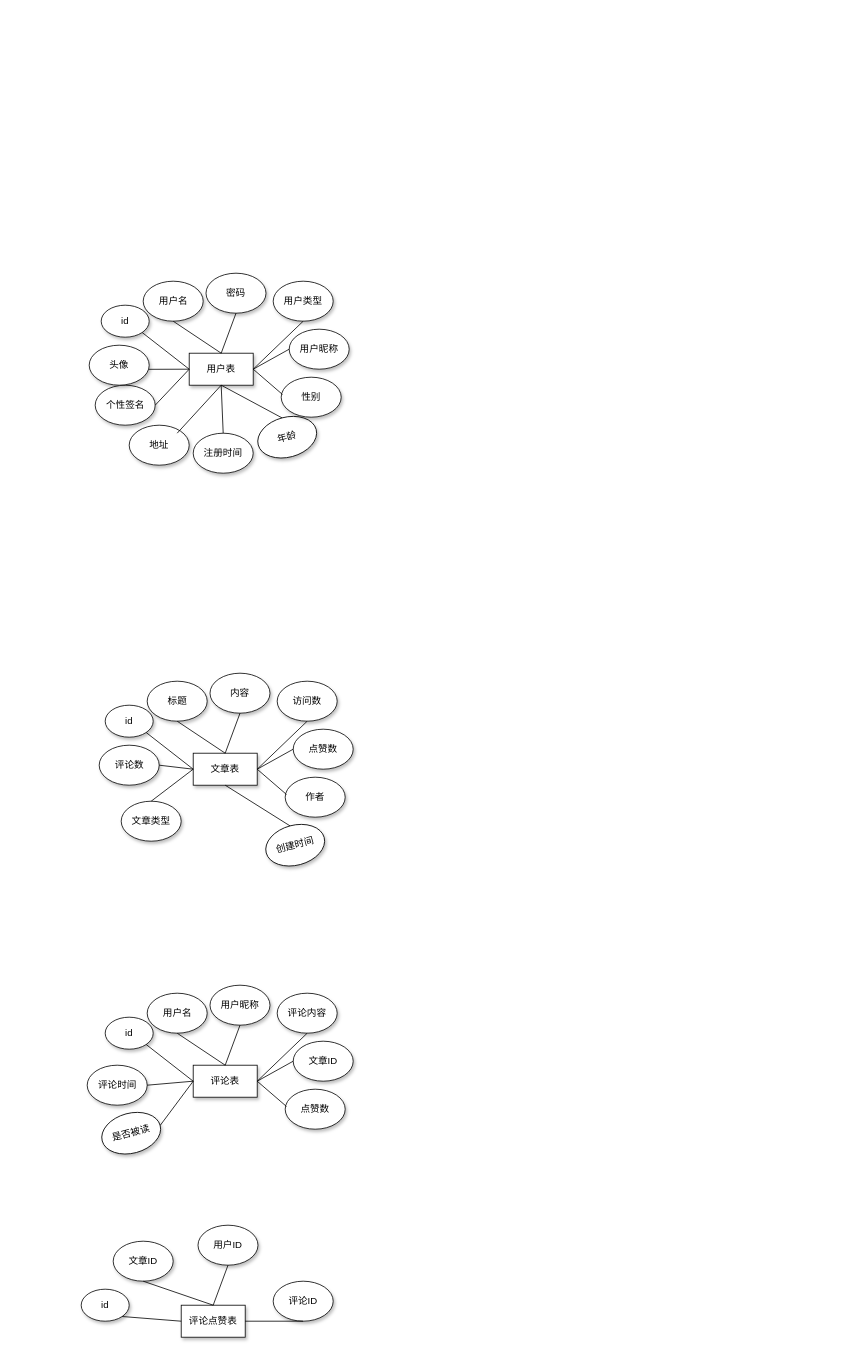
Earlier version of the draw.io diagram Untitled Diagram.drawio (luodr/fly). Source tidied: cells renumbered, new cells numbered last; positions are measured from the earlier drawing's top-left corner, leaving out a move shared by most shapes. Both pictures are drawn from the tidied source at 80%, with x=0, y=0 at pixel (81, 273).
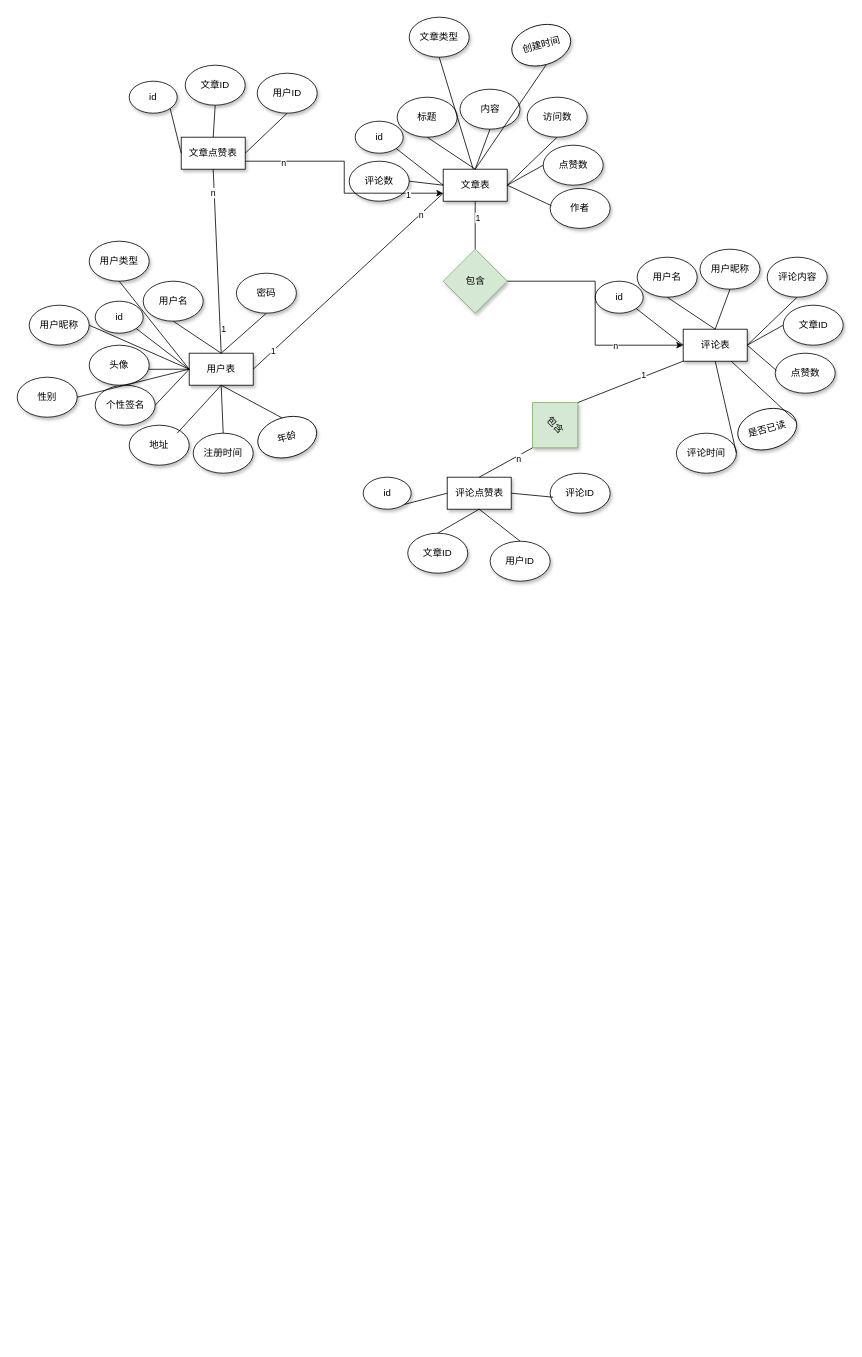
The same diagram, later.

The change refers to these unchanged cells:
```xml
<mxCell id="4" value="用户表" style="rounded=0;whiteSpace=wrap;html=1;shadow=1;" parent="1" vertex="1">
  <mxGeometry x="135" y="100" width="80" height="40" as="geometry" />
</mxCell>
```

The edit, as a diff of the source:
```diff
@@
     <mxCell id="5" value="id" style="ellipse;whiteSpace=wrap;html=1;shadow=1;" parent="1" vertex="1">
-      <mxGeometry x="25" y="40" width="60" height="40" as="geometry" />
+      <mxGeometry x="17.5" y="35" width="60" height="40" as="geometry" />
     </mxCell>
@@
     <mxCell id="7" value="密码" style="ellipse;whiteSpace=wrap;html=1;shadow=1;" parent="1" vertex="1">
-      <mxGeometry x="156" width="75" height="50" as="geometry" />
+      <mxGeometry x="194" width="75" height="50" as="geometry" />
     </mxCell>
     <mxCell id="8" value="用户类型" style="ellipse;whiteSpace=wrap;html=1;shadow=1;" parent="1" vertex="1">
-      <mxGeometry x="240" y="10" width="75" height="50" as="geometry" />
+      <mxGeometry x="10" y="-40" width="75" height="50" as="geometry" />
     </mxCell>
     <mxCell id="9" value="用户昵称" style="ellipse;whiteSpace=wrap;html=1;shadow=1;" parent="1" vertex="1">
-      <mxGeometry x="260" y="70" width="75" height="50" as="geometry" />
+      <mxGeometry x="-65" y="40" width="75" height="50" as="geometry" />
     </mxCell>
     <mxCell id="10" value="性别" style="ellipse;whiteSpace=wrap;html=1;shadow=1;" parent="1" vertex="1">
-      <mxGeometry x="250" y="130" width="75" height="50" as="geometry" />
+      <mxGeometry x="-80" y="130" width="75" height="50" as="geometry" />
     </mxCell>
@@
-    <mxCell id="19" style="endArrow=none;html=1;entryX=1;entryY=0.5;entryDx=0;entryDy=0;exitX=0.021;exitY=0.431;exitDx=0;exitDy=0;exitPerimeter=0;" parent="1" edge="1" source="10" target="4">
+    <mxCell id="19" style="endArrow=none;html=1;entryX=0;entryY=0.5;entryDx=0;entryDy=0;exitX=1;exitY=0.5;exitDx=0;exitDy=0;" parent="1" edge="1" source="10" target="4">
       <mxGeometry relative="1" as="geometry" />
     </mxCell>
-    <mxCell id="20" style="endArrow=none;html=1;entryX=0;entryY=0.5;entryDx=0;entryDy=0;exitX=1;exitY=0.5;exitDx=0;exitDy=0;" parent="1" edge="1" source="4" target="9">
+    <mxCell id="20" style="endArrow=none;html=1;entryX=1;entryY=0.5;entryDx=0;entryDy=0;exitX=0;exitY=0.5;exitDx=0;exitDy=0;" parent="1" edge="1" source="4" target="9">
       <mxGeometry relative="1" as="geometry" />
     </mxCell>
-    <mxCell id="21" style="endArrow=none;html=1;entryX=0.5;entryY=1;entryDx=0;entryDy=0;exitX=1;exitY=0.5;exitDx=0;exitDy=0;" parent="1" edge="1" source="4" target="8">
+    <mxCell id="21" style="endArrow=none;html=1;entryX=0.5;entryY=1;entryDx=0;entryDy=0;exitX=0;exitY=0.5;exitDx=0;exitDy=0;" parent="1" edge="1" source="4" target="8">
       <mxGeometry relative="1" as="geometry" />
     </mxCell>
@@
     <mxCell id="25" value="创建时间" style="ellipse;whiteSpace=wrap;html=1;shadow=1;rotation=-15;" parent="1" vertex="1">
-      <mxGeometry x="230" y="690" width="75" height="50" as="geometry" />
+      <mxGeometry x="537.5" y="-310" width="75" height="50" as="geometry" />
     </mxCell>
     <mxCell id="26" value="文章类型" style="ellipse;whiteSpace=wrap;html=1;shadow=1;" parent="1" vertex="1">
-      <mxGeometry x="50" y="660" width="75" height="50" as="geometry" />
+      <mxGeometry x="410" y="-320" width="75" height="50" as="geometry" />
     </mxCell>
     <mxCell id="27" value="文章表" style="rounded=0;whiteSpace=wrap;html=1;shadow=1;" parent="1" vertex="1">
-      <mxGeometry x="140" y="600" width="80" height="40" as="geometry" />
+      <mxGeometry x="452.5" y="-130" width="80" height="40" as="geometry" />
     </mxCell>
     <mxCell id="28" value="id" style="ellipse;whiteSpace=wrap;html=1;shadow=1;" parent="1" vertex="1">
-      <mxGeometry x="30" y="540" width="60" height="40" as="geometry" />
+      <mxGeometry x="342.5" y="-190" width="60" height="40" as="geometry" />
     </mxCell>
     <mxCell id="29" value="标题" style="ellipse;whiteSpace=wrap;html=1;shadow=1;" parent="1" vertex="1">
-      <mxGeometry x="82.5" y="510" width="75" height="50" as="geometry" />
+      <mxGeometry x="395" y="-220" width="75" height="50" as="geometry" />
     </mxCell>
     <mxCell id="30" value="内容" style="ellipse;whiteSpace=wrap;html=1;shadow=1;" parent="1" vertex="1">
-      <mxGeometry x="161" y="500" width="75" height="50" as="geometry" />
+      <mxGeometry x="473.5" y="-230" width="75" height="50" as="geometry" />
     </mxCell>
     <mxCell id="31" value="访问数" style="ellipse;whiteSpace=wrap;html=1;shadow=1;" parent="1" vertex="1">
-      <mxGeometry x="245" y="510" width="75" height="50" as="geometry" />
+      <mxGeometry x="557.5" y="-220" width="75" height="50" as="geometry" />
     </mxCell>
     <mxCell id="32" value="点赞数" style="ellipse;whiteSpace=wrap;html=1;shadow=1;" parent="1" vertex="1">
-      <mxGeometry x="265" y="570" width="75" height="50" as="geometry" />
+      <mxGeometry x="577.5" y="-160" width="75" height="50" as="geometry" />
     </mxCell>
     <mxCell id="33" value="作者" style="ellipse;whiteSpace=wrap;html=1;shadow=1;" parent="1" vertex="1">
-      <mxGeometry x="255" y="630" width="75" height="50" as="geometry" />
+      <mxGeometry x="586.2" y="-106" width="75" height="50" as="geometry" />
     </mxCell>
     <mxCell id="34" value="评论数" style="ellipse;whiteSpace=wrap;html=1;shadow=1;" parent="1" vertex="1">
-      <mxGeometry x="22.5" y="590" width="75" height="50" as="geometry" />
+      <mxGeometry x="335" y="-140" width="75" height="50" as="geometry" />
     </mxCell>
@@
-    <mxCell id="36" style="endArrow=none;html=1;exitX=0.5;exitY=0;exitDx=0;exitDy=0;" parent="1" edge="1" source="26">
-      <mxGeometry relative="1" as="geometry">
-        <mxPoint x="140" y="620" as="targetPoint" />
-      </mxGeometry>
-    </mxCell>
-    <mxCell id="37" style="endArrow=none;html=1;exitX=0.5;exitY=0;exitDx=0;exitDy=0;" parent="1" edge="1" source="25">
-      <mxGeometry relative="1" as="geometry">
-        <mxPoint x="180" y="640" as="targetPoint" />
-      </mxGeometry>
-    </mxCell>
@@
-    <mxCell id="44" value="是否被读" style="ellipse;whiteSpace=wrap;html=1;shadow=1;rotation=-15;" parent="1" vertex="1">
-      <mxGeometry x="25" y="1050" width="75" height="50" as="geometry" />
+    <mxCell id="44" value="是否已读" style="ellipse;whiteSpace=wrap;html=1;shadow=1;rotation=-15;" parent="1" vertex="1">
+      <mxGeometry x="820" y="170" width="75" height="50" as="geometry" />
     </mxCell>
     <mxCell id="45" value="评论时间" style="ellipse;whiteSpace=wrap;html=1;shadow=1;" parent="1" vertex="1">
-      <mxGeometry x="7.5" y="990" width="75" height="50" as="geometry" />
+      <mxGeometry x="744" y="200" width="75" height="50" as="geometry" />
     </mxCell>
     <mxCell id="46" value="评论表" style="rounded=0;whiteSpace=wrap;html=1;shadow=1;" parent="1" vertex="1">
-      <mxGeometry x="140" y="990" width="80" height="40" as="geometry" />
+      <mxGeometry x="752.5" y="70" width="80" height="40" as="geometry" />
     </mxCell>
     <mxCell id="47" value="id" style="ellipse;whiteSpace=wrap;html=1;shadow=1;" parent="1" vertex="1">
-      <mxGeometry x="30" y="930" width="60" height="40" as="geometry" />
+      <mxGeometry x="642.5" y="10" width="60" height="40" as="geometry" />
     </mxCell>
     <mxCell id="48" value="用户名" style="ellipse;whiteSpace=wrap;html=1;shadow=1;" parent="1" vertex="1">
-      <mxGeometry x="82.5" y="900" width="75" height="50" as="geometry" />
+      <mxGeometry x="695" y="-20" width="75" height="50" as="geometry" />
     </mxCell>
     <mxCell id="49" value="用户昵称" style="ellipse;whiteSpace=wrap;html=1;shadow=1;" parent="1" vertex="1">
-      <mxGeometry x="161" y="890" width="75" height="50" as="geometry" />
+      <mxGeometry x="773.5" y="-30" width="75" height="50" as="geometry" />
     </mxCell>
     <mxCell id="50" value="评论内容" style="ellipse;whiteSpace=wrap;html=1;shadow=1;" parent="1" vertex="1">
-      <mxGeometry x="245" y="900" width="75" height="50" as="geometry" />
+      <mxGeometry x="857.5" y="-20" width="75" height="50" as="geometry" />
     </mxCell>
     <mxCell id="51" value="文章ID" style="ellipse;whiteSpace=wrap;html=1;shadow=1;" parent="1" vertex="1">
-      <mxGeometry x="265" y="960" width="75" height="50" as="geometry" />
+      <mxGeometry x="877.5" y="40" width="75" height="50" as="geometry" />
     </mxCell>
     <mxCell id="52" value="点赞数" style="ellipse;whiteSpace=wrap;html=1;shadow=1;" parent="1" vertex="1">
-      <mxGeometry x="255" y="1020" width="75" height="50" as="geometry" />
+      <mxGeometry x="867.5" y="100" width="75" height="50" as="geometry" />
     </mxCell>
-    <mxCell id="53" style="endArrow=none;html=1;exitX=1;exitY=0.5;exitDx=0;exitDy=0;entryX=0;entryY=0.5;entryDx=0;entryDy=0;" parent="1" edge="1" source="45" target="46">
+    <mxCell id="53" style="endArrow=none;html=1;exitX=1;exitY=0.5;exitDx=0;exitDy=0;entryX=0.5;entryY=1;entryDx=0;entryDy=0;" parent="1" edge="1" source="45" target="46">
       <mxGeometry relative="1" as="geometry" />
     </mxCell>
-    <mxCell id="54" style="endArrow=none;html=1;exitX=1;exitY=0.5;exitDx=0;exitDy=0;entryX=0;entryY=0.5;entryDx=0;entryDy=0;" parent="1" edge="1" source="44" target="46">
+    <mxCell id="54" style="endArrow=none;html=1;exitX=1;exitY=0.5;exitDx=0;exitDy=0;entryX=0.75;entryY=1;entryDx=0;entryDy=0;" parent="1" edge="1" source="44" target="46">
       <mxGeometry relative="1" as="geometry" />
     </mxCell>
@@
     <mxCell id="61" value="评论点赞表" style="rounded=0;whiteSpace=wrap;html=1;shadow=1;" parent="1" vertex="1">
-      <mxGeometry x="125" y="1290" width="80" height="40" as="geometry" />
+      <mxGeometry x="457.5" y="255" width="80" height="40" as="geometry" />
     </mxCell>
     <mxCell id="62" value="id" style="ellipse;whiteSpace=wrap;html=1;shadow=1;" parent="1" vertex="1">
-      <mxGeometry y="1270" width="60" height="40" as="geometry" />
+      <mxGeometry x="352.5" y="255" width="60" height="40" as="geometry" />
     </mxCell>
     <mxCell id="63" value="文章ID" style="ellipse;whiteSpace=wrap;html=1;shadow=1;" parent="1" vertex="1">
-      <mxGeometry x="40" y="1210" width="75" height="50" as="geometry" />
+      <mxGeometry x="408.2" y="325" width="75" height="50" as="geometry" />
     </mxCell>
     <mxCell id="64" value="用户ID" style="ellipse;whiteSpace=wrap;html=1;shadow=1;" parent="1" vertex="1">
-      <mxGeometry x="146" y="1190" width="75" height="50" as="geometry" />
+      <mxGeometry x="511.2" y="335" width="75" height="50" as="geometry" />
     </mxCell>
     <mxCell id="65" value="评论ID" style="ellipse;whiteSpace=wrap;html=1;shadow=1;" parent="1" vertex="1">
-      <mxGeometry x="240" y="1260" width="75" height="50" as="geometry" />
+      <mxGeometry x="586.2" y="250" width="75" height="50" as="geometry" />
     </mxCell>
-    <mxCell id="66" style="endArrow=none;html=1;entryX=0.5;entryY=1;entryDx=0;entryDy=0;exitX=1;exitY=0.5;exitDx=0;exitDy=0;" parent="1" edge="1" source="61" target="65">
+    <mxCell id="66" style="endArrow=none;html=1;entryX=0.05;entryY=0.6;entryDx=0;entryDy=0;exitX=1;exitY=0.5;exitDx=0;exitDy=0;entryPerimeter=0;" parent="1" edge="1" source="61" target="65">
       <mxGeometry relative="1" as="geometry" />
     </mxCell>
-    <mxCell id="67" style="endArrow=none;html=1;exitX=0.5;exitY=0;exitDx=0;exitDy=0;entryX=0.5;entryY=1;entryDx=0;entryDy=0;" parent="1" edge="1" source="61" target="63">
+    <mxCell id="67" style="endArrow=none;html=1;exitX=0.5;exitY=1;exitDx=0;exitDy=0;entryX=0.5;entryY=0;entryDx=0;entryDy=0;" parent="1" edge="1" source="61" target="63">
       <mxGeometry relative="1" as="geometry" />
     </mxCell>
-    <mxCell id="68" style="endArrow=none;html=1;entryX=0.5;entryY=1;entryDx=0;entryDy=0;exitX=0.5;exitY=0;exitDx=0;exitDy=0;" parent="1" edge="1" source="61" target="64">
+    <mxCell id="68" style="endArrow=none;html=1;entryX=0.5;entryY=0;entryDx=0;entryDy=0;exitX=0.5;exitY=1;exitDx=0;exitDy=0;" parent="1" edge="1" source="61" target="64">
       <mxGeometry relative="1" as="geometry" />
     </mxCell>
@@
+    <mxCell id="70" style="edgeStyle=orthogonalEdgeStyle;rounded=0;jettySize=auto;html=1;exitX=1;exitY=0.75;exitDx=0;exitDy=0;entryX=0;entryY=0.75;entryDx=0;entryDy=0;" parent="1" edge="1" source="73" target="27">
+      <mxGeometry relative="1" as="geometry" />
+    </mxCell>
+    <mxCell id="71" value="n" style="edgeLabel;html=1;align=center;verticalAlign=middle;" parent="70" vertex="1">
+      <mxGeometry x="-0.67" y="-1" relative="1" as="geometry" />
+    </mxCell>
+    <mxCell id="72" value="1" style="edgeLabel;html=1;align=center;verticalAlign=middle;" parent="70" vertex="1">
+      <mxGeometry x="0.69" y="-2" relative="1" as="geometry" />
+    </mxCell>
+    <mxCell id="73" value="文章点赞表" style="rounded=0;whiteSpace=wrap;html=1;shadow=1;" parent="1" vertex="1">
+      <mxGeometry x="125" y="-170" width="80" height="40" as="geometry" />
+    </mxCell>
+    <mxCell id="74" value="id" style="ellipse;whiteSpace=wrap;html=1;shadow=1;" parent="1" vertex="1">
+      <mxGeometry x="60" y="-240" width="60" height="40" as="geometry" />
+    </mxCell>
+    <mxCell id="75" value="文章ID" style="ellipse;whiteSpace=wrap;html=1;shadow=1;" parent="1" vertex="1">
+      <mxGeometry x="130" y="-260" width="75" height="50" as="geometry" />
+    </mxCell>
+    <mxCell id="76" value="用户ID" style="ellipse;whiteSpace=wrap;html=1;shadow=1;" parent="1" vertex="1">
+      <mxGeometry x="220" y="-250" width="75" height="50" as="geometry" />
+    </mxCell>
+    <mxCell id="77" style="endArrow=none;html=1;exitX=0.5;exitY=0;exitDx=0;exitDy=0;entryX=0.5;entryY=1;entryDx=0;entryDy=0;" parent="1" edge="1" source="73" target="75">
+      <mxGeometry relative="1" as="geometry" />
+    </mxCell>
+    <mxCell id="78" style="endArrow=none;html=1;entryX=0.5;entryY=1;entryDx=0;entryDy=0;exitX=1;exitY=0.5;exitDx=0;exitDy=0;" parent="1" edge="1" source="73" target="76">
+      <mxGeometry relative="1" as="geometry" />
+    </mxCell>
+    <mxCell id="79" style="endArrow=none;html=1;entryX=1;entryY=1;entryDx=0;entryDy=0;exitX=0;exitY=0.5;exitDx=0;exitDy=0;" parent="1" edge="1" source="73" target="74">
+      <mxGeometry relative="1" as="geometry" />
+    </mxCell>
+    <mxCell id="80" style="endArrow=none;html=1;exitX=1;exitY=0.5;exitDx=0;exitDy=0;entryX=0;entryY=0.75;entryDx=0;entryDy=0;" parent="1" edge="1" source="4" target="27">
+      <mxGeometry relative="1" as="geometry" />
+    </mxCell>
+    <mxCell id="81" value="n" style="edgeLabel;html=1;align=center;verticalAlign=middle;" parent="80" vertex="1">
+      <mxGeometry x="0.76" relative="1" as="geometry" />
+    </mxCell>
+    <mxCell id="82" value="1" style="edgeLabel;html=1;align=center;verticalAlign=middle;" parent="80" vertex="1">
+      <mxGeometry x="-0.79" relative="1" as="geometry" />
+    </mxCell>
+    <mxCell id="83" style="endArrow=none;html=1;entryX=0.5;entryY=1;entryDx=0;entryDy=0;exitX=0.5;exitY=0;exitDx=0;exitDy=0;" parent="1" edge="1" source="4" target="73">
+      <mxGeometry relative="1" as="geometry" />
+    </mxCell>
+    <mxCell id="84" value="n" style="edgeLabel;html=1;align=center;verticalAlign=middle;" parent="83" vertex="1">
+      <mxGeometry x="0.74" y="2" relative="1" as="geometry">
+        <mxPoint y="-1" as="offset" />
+      </mxGeometry>
+    </mxCell>
+    <mxCell id="85" value="1" style="edgeLabel;html=1;align=center;verticalAlign=middle;" parent="83" vertex="1">
+      <mxGeometry x="-0.74" y="-4" relative="1" as="geometry" />
+    </mxCell>
+    <mxCell id="86" style="edgeStyle=orthogonalEdgeStyle;rounded=0;jettySize=auto;html=1;exitX=0.5;exitY=0;exitDx=0;exitDy=0;entryX=0;entryY=0.5;entryDx=0;entryDy=0;" parent="1" edge="1" source="88" target="46">
+      <mxGeometry relative="1" as="geometry" />
+    </mxCell>
+    <mxCell id="87" value="n" style="edgeLabel;html=1;align=center;verticalAlign=middle;" parent="86" vertex="1">
+      <mxGeometry x="0.43" relative="1" as="geometry" />
+    </mxCell>
+    <mxCell id="88" value="包含" style="rhombus;whiteSpace=wrap;html=1;shadow=1;rotation=0;fillColor=#d5e8d4;strokeColor=#82b366;direction=south;" parent="1" vertex="1">
+      <mxGeometry x="452.5" y="-30" width="80" height="80" as="geometry" />
+    </mxCell>
+    <mxCell id="89" style="endArrow=none;html=1;entryX=0.5;entryY=1;entryDx=0;entryDy=0;" parent="1" edge="1" target="26">
+      <mxGeometry relative="1" as="geometry">
+        <mxPoint x="490" y="-130" as="sourcePoint" />
+      </mxGeometry>
+    </mxCell>
+    <mxCell id="90" style="endArrow=none;html=1;entryX=0.5;entryY=1;entryDx=0;entryDy=0;exitX=0.5;exitY=0;exitDx=0;exitDy=0;" parent="1" edge="1" source="27" target="25">
+      <mxGeometry relative="1" as="geometry" />
+    </mxCell>
+    <mxCell id="91" value="包含" style="rhombus;whiteSpace=wrap;html=1;shadow=1;rotation=45;fillColor=#d5e8d4;strokeColor=#82b366;" parent="1" vertex="1">
+      <mxGeometry x="552.5" y="150" width="80" height="80" as="geometry" />
+    </mxCell>
+    <mxCell id="92" style="endArrow=none;html=1;entryX=0.5;entryY=1;entryDx=0;entryDy=0;exitX=0.5;exitY=0;exitDx=0;exitDy=0;" parent="1" edge="1" source="61" target="91">
+      <mxGeometry relative="1" as="geometry" />
+    </mxCell>
+    <mxCell id="93" value="n" style="edgeLabel;html=1;align=center;verticalAlign=middle;" parent="92" vertex="1">
+      <mxGeometry x="0.41" y="-4" relative="1" as="geometry">
+        <mxPoint y="-1" as="offset" />
+      </mxGeometry>
+    </mxCell>
+    <mxCell id="94" style="endArrow=none;html=1;exitX=0.5;exitY=0;exitDx=0;exitDy=0;entryX=0;entryY=1;entryDx=0;entryDy=0;" parent="1" edge="1" source="91" target="46">
+      <mxGeometry relative="1" as="geometry" />
+    </mxCell>
+    <mxCell id="95" value="1" style="edgeLabel;html=1;align=center;verticalAlign=middle;" parent="94" vertex="1">
+      <mxGeometry x="0.27" y="2" relative="1" as="geometry">
+        <mxPoint x="-1" as="offset" />
+      </mxGeometry>
+    </mxCell>
+    <mxCell id="96" style="endArrow=none;html=1;entryX=0.5;entryY=1;entryDx=0;entryDy=0;exitX=0;exitY=0.5;exitDx=0;exitDy=0;" parent="1" edge="1" source="88" target="27">
+      <mxGeometry relative="1" as="geometry" />
+    </mxCell>
+    <mxCell id="97" value="1" style="edgeLabel;html=1;align=center;verticalAlign=middle;" parent="96" vertex="1">
+      <mxGeometry x="0.33" y="-2" relative="1" as="geometry">
+        <mxPoint x="1" as="offset" />
+      </mxGeometry>
+    </mxCell>
```
